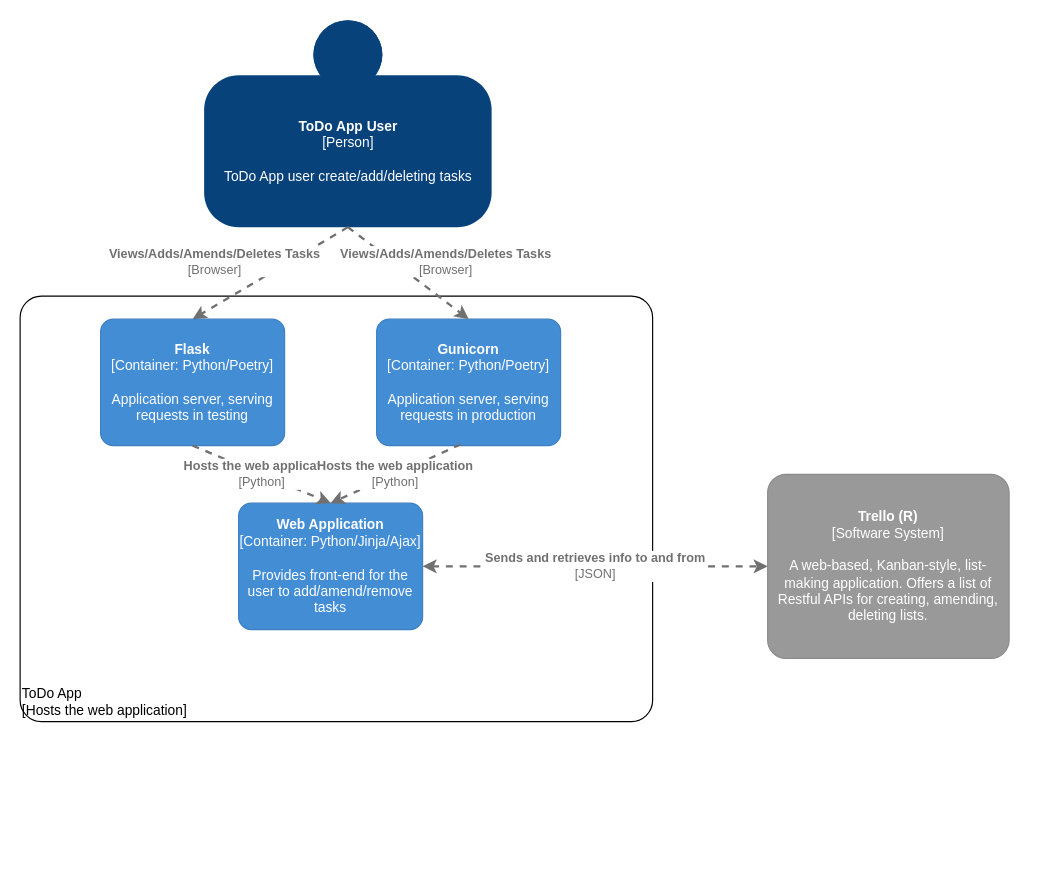
The draw.io diagram page "Container" (2 of 4) of C4-Architecture-diagram.drawio in gmoraita/DevOps-Course-Starter, before the edit. Source tidied: cells renumbered, new cells numbered last; positions are measured from the earlier drawing's top-left corner, leaving out a move shared by most shapes. Both pictures are drawn from the tidied source at 115%, with x=0, y=0 at pixel (20, 20).
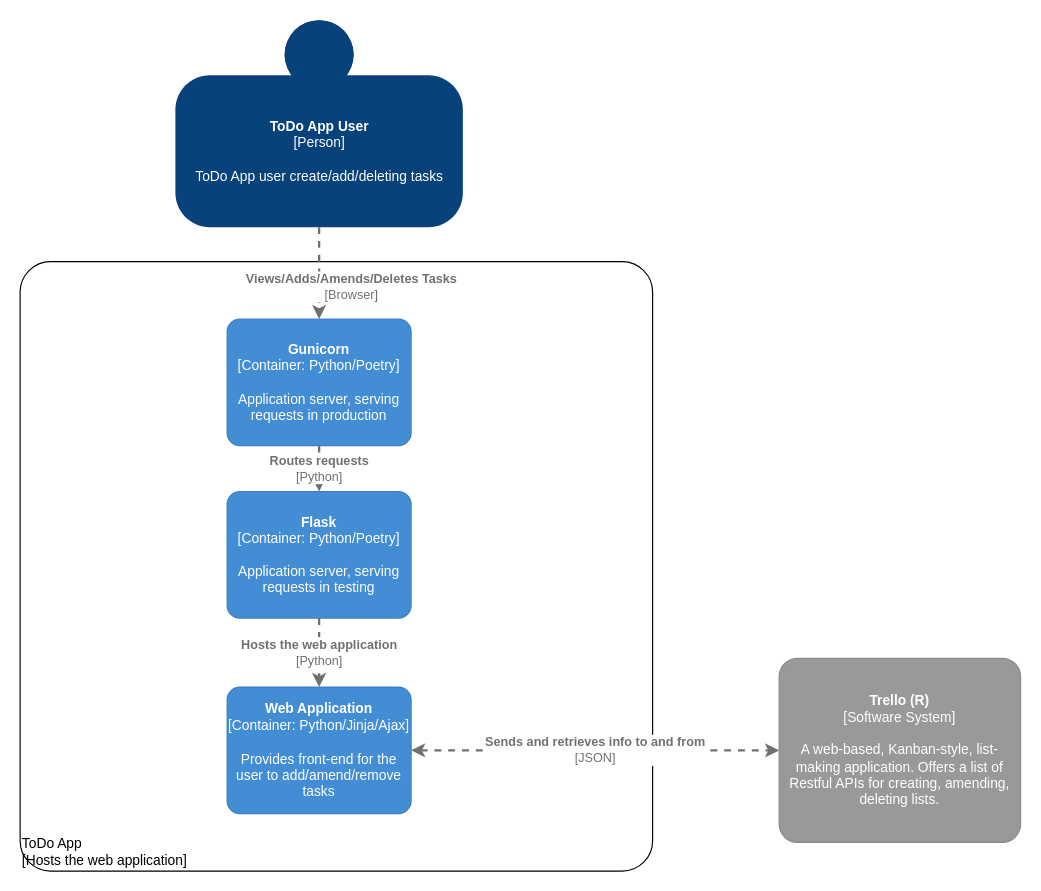
The same diagram, later.

Change to the diagram source:
```diff
@@
     <object id="2" label="&lt;b&gt;%c4Name%&lt;/b&gt;&lt;div&gt;[%c4Type%]&lt;/div&gt;&lt;br&gt;&lt;div&gt;%c4Description%&lt;/div&gt;" c4Description="ToDo App user create/add/deleting tasks" c4Name="ToDo App User" c4Type="Person" placeholders="1">
       <mxCell style="html=1;dashed=0;whitespace=wrap;fillColor=#08427b;strokeColor=none;fontColor=#ffffff;shape=mxgraph.c4.person;align=center;points=[[0.5,0,0],[1,0.5,0],[1,0.75,0],[0.75,1,0],[0.5,1,0],[0.25,1,0],[0,0.75,0],[0,0.5,0]];metaData={&quot;c4Type&quot;:{&quot;editable&quot;:false}};" parent="1" vertex="1">
-        <mxGeometry x="160" width="250" height="180" as="geometry" />
+        <mxGeometry x="135" width="250" height="180" as="geometry" />
       </mxCell>
     </object>
     <object id="3" label="&lt;b&gt;%c4Name%&lt;/b&gt;&lt;div&gt;[%c4Type%]&lt;/div&gt;&lt;br&gt;&lt;div&gt;%c4Description%&lt;/div&gt;" c4Description="A web-based, Kanban-style, list-making application. Offers a list of Restful APIs for creating, amending, deleting lists." c4Name="Trello (R)" c4Type="Software System" placeholders="1">
       <mxCell style="rounded=1;whiteSpace=wrap;html=1;labelBackgroundColor=none;fillColor=#999999;fontColor=#ffffff;align=center;arcSize=10;strokeColor=#8A8A8A;metaData={&quot;c4Type&quot;:{&quot;editable&quot;:false}};points=[[0.25,0,0],[0.5,0,0],[0.75,0,0],[1,0.25,0],[1,0.5,0],[1,0.75,0],[0.75,1,0],[0.5,1,0],[0.25,1,0],[0,0.75,0],[0,0.5,0],[0,0.25,0]];" parent="1" vertex="1">
-        <mxGeometry x="650" y="395" width="210" height="160" as="geometry" />
+        <mxGeometry x="660" y="555" width="210" height="160" as="geometry" />
       </mxCell>
     </object>
     <object id="4" label="&lt;div style=&quot;text-align: left&quot;&gt;%c4Name%&lt;/div&gt;&lt;div style=&quot;text-align: left&quot;&gt;[%c4Application%]&lt;/div&gt;" c4Application="Hosts the web application" c4Name="ToDo App" placeholders="1">
       <mxCell style="rounded=1;whiteSpace=wrap;html=1;labelBackgroundColor=none;fillColor=#ffffff;fontColor=#000000;align=left;arcSize=5;strokeColor=#000000;verticalAlign=bottom;metaData={&quot;c4Type&quot;:{&quot;editable&quot;:false}};" parent="1" vertex="1">
-        <mxGeometry y="240" width="550" height="370" as="geometry" />
+        <mxGeometry y="210" width="550" height="530" as="geometry" />
       </mxCell>
     </object>
     <object id="5" label="&lt;b&gt;%c4Name%&lt;/b&gt;&lt;div&gt;[%c4Type%: %c4Technology%]&lt;/div&gt;&lt;br&gt;&lt;div&gt;%c4Description%&lt;/div&gt;" c4Description="Provides front-end for the user to add/amend/remove tasks" c4Name="Web Application" c4Technology="Python/Jinja/Ajax" c4Type="Container" placeholders="1">
       <mxCell style="rounded=1;whiteSpace=wrap;html=1;labelBackgroundColor=none;fillColor=#438DD5;fontColor=#ffffff;align=center;arcSize=10;strokeColor=#3C7FC0;metaData={&quot;c4Type&quot;:{&quot;editable&quot;:false}};points=[[0.25,0,0],[0.5,0,0],[0.75,0,0],[1,0.25,0],[1,0.5,0],[1,0.75,0],[0.75,1,0],[0.5,1,0],[0.25,1,0],[0,0.75,0],[0,0.5,0],[0,0.25,0]];" parent="1" vertex="1">
-        <mxGeometry x="190" y="420" width="160" height="110" as="geometry" />
+        <mxGeometry x="180" y="580" width="160" height="110" as="geometry" />
       </mxCell>
     </object>
-    <object id="6" label="&lt;div style=&quot;text-align: left&quot;&gt;&lt;div style=&quot;text-align: center&quot;&gt;&lt;b&gt;%c4Description%&lt;/b&gt;&lt;/div&gt;&lt;div style=&quot;text-align: center&quot;&gt;[%c4Technology%]&lt;/div&gt;&lt;/div&gt;" c4Description="Views/Adds/Amends/Deletes Tasks" c4Technology="Browser" placeholders="1">
-      <mxCell style="edgeStyle=none;rounded=0;html=1;jettySize=auto;strokeColor=#707070;strokeWidth=2;fontColor=#707070;jumpStyle=none;dashed=1;metaData={&quot;c4Type&quot;:{&quot;editable&quot;:false}};startArrow=none;startFill=0;exitX=0.5;exitY=1;exitDx=0;exitDy=0;exitPerimeter=0;entryX=0.5;entryY=0;entryDx=0;entryDy=0;entryPerimeter=0;" parent="1" edge="1" source="2" target="7">
-        <mxGeometry x="0.46" y="-33" relative="1" as="geometry" />
-      </mxCell>
-    </object>
     <object id="7" label="&lt;b&gt;%c4Name%&lt;/b&gt;&lt;div&gt;[%c4Type%: %c4Technology%]&lt;/div&gt;&lt;br&gt;&lt;div&gt;%c4Description%&lt;/div&gt;" c4Description="Application server, serving requests in testing" c4Name="Flask" c4Technology="Python/Poetry" c4Type="Container" placeholders="1">
       <mxCell style="rounded=1;whiteSpace=wrap;html=1;labelBackgroundColor=none;fillColor=#438DD5;fontColor=#ffffff;align=center;arcSize=10;strokeColor=#3C7FC0;metaData={&quot;c4Type&quot;:{&quot;editable&quot;:false}};points=[[0.25,0,0],[0.5,0,0],[0.75,0,0],[1,0.25,0],[1,0.5,0],[1,0.75,0],[0.75,1,0],[0.5,1,0],[0.25,1,0],[0,0.75,0],[0,0.5,0],[0,0.25,0]];" parent="1" vertex="1">
-        <mxGeometry x="70" y="260" width="160" height="110" as="geometry" />
+        <mxGeometry x="180" y="410" width="160" height="110" as="geometry" />
       </mxCell>
     </object>
     <object id="8" label="&lt;b&gt;%c4Name%&lt;/b&gt;&lt;div&gt;[%c4Type%: %c4Technology%]&lt;/div&gt;&lt;br&gt;&lt;div&gt;%c4Description%&lt;/div&gt;" c4Description="Application server, serving requests in production" c4Name="Gunicorn" c4Technology="Python/Poetry" c4Type="Container" placeholders="1">
       <mxCell style="rounded=1;whiteSpace=wrap;html=1;labelBackgroundColor=none;fillColor=#438DD5;fontColor=#ffffff;align=center;arcSize=10;strokeColor=#3C7FC0;metaData={&quot;c4Type&quot;:{&quot;editable&quot;:false}};points=[[0.25,0,0],[0.5,0,0],[0.75,0,0],[1,0.25,0],[1,0.5,0],[1,0.75,0],[0.75,1,0],[0.5,1,0],[0.25,1,0],[0,0.75,0],[0,0.5,0],[0,0.25,0]];" parent="1" vertex="1">
-        <mxGeometry x="310" y="260" width="160" height="110" as="geometry" />
+        <mxGeometry x="180" y="260" width="160" height="110" as="geometry" />
       </mxCell>
     </object>
@@
-    <object id="11" label="&lt;div style=&quot;text-align: left&quot;&gt;&lt;div style=&quot;text-align: center&quot;&gt;&lt;b&gt;%c4Description%&lt;/b&gt;&lt;/div&gt;&lt;div style=&quot;text-align: center&quot;&gt;[%c4Technology%]&lt;/div&gt;&lt;/div&gt;" c4Description="Hosts the web application" c4Technology="Python" placeholders="1">
-      <mxCell style="edgeStyle=none;rounded=0;html=1;entryX=0.5;entryY=0;jettySize=auto;strokeColor=#707070;strokeWidth=2;fontColor=#707070;jumpStyle=none;dashed=1;metaData={&quot;c4Type&quot;:{&quot;editable&quot;:false}};startArrow=none;startFill=0;exitX=0.456;exitY=0.991;exitDx=0;exitDy=0;exitPerimeter=0;entryDx=0;entryDy=0;entryPerimeter=0;" parent="1" edge="1" source="8" target="5">
+    <object id="11" label="&lt;div style=&quot;text-align: left&quot;&gt;&lt;div style=&quot;text-align: center&quot;&gt;&lt;b&gt;%c4Description%&lt;/b&gt;&lt;/div&gt;&lt;div style=&quot;text-align: center&quot;&gt;[%c4Technology%]&lt;/div&gt;&lt;/div&gt;" c4Description="Routes requests" c4Technology="Python" placeholders="1">
+      <mxCell style="edgeStyle=none;rounded=0;html=1;entryX=0.5;entryY=0;jettySize=auto;strokeColor=#707070;strokeWidth=2;fontColor=#707070;jumpStyle=none;dashed=1;metaData={&quot;c4Type&quot;:{&quot;editable&quot;:false}};startArrow=none;startFill=0;entryDx=0;entryDy=0;entryPerimeter=0;" parent="1" edge="1" source="8" target="7">
         <mxGeometry relative="1" as="geometry" />
       </mxCell>
     </object>
```
